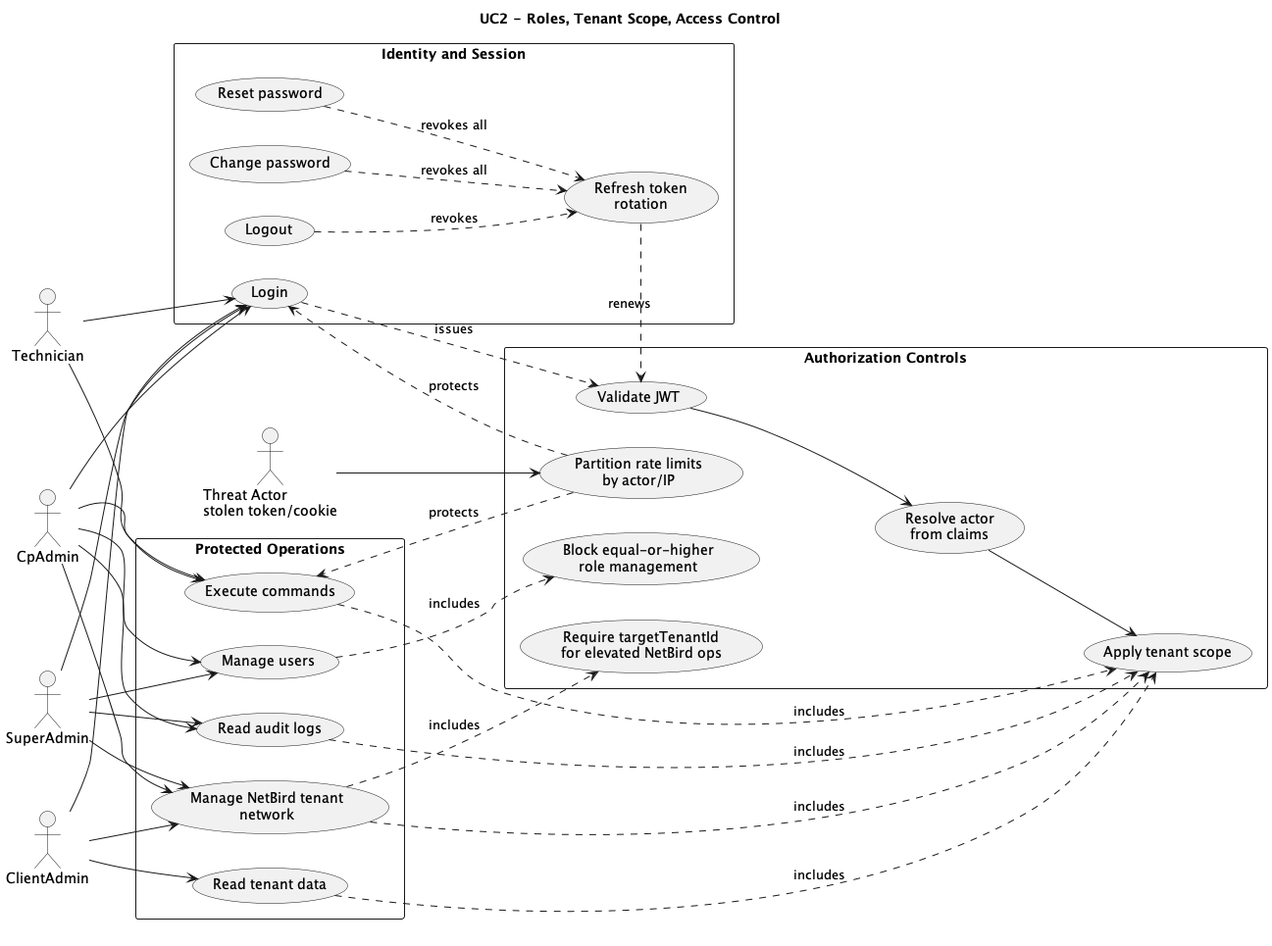
Above: diagrams/use-case/uc2-roles-and-access.png in mahir-m01/NetLock-RMM-API-Layer (PlantUML), before the change.
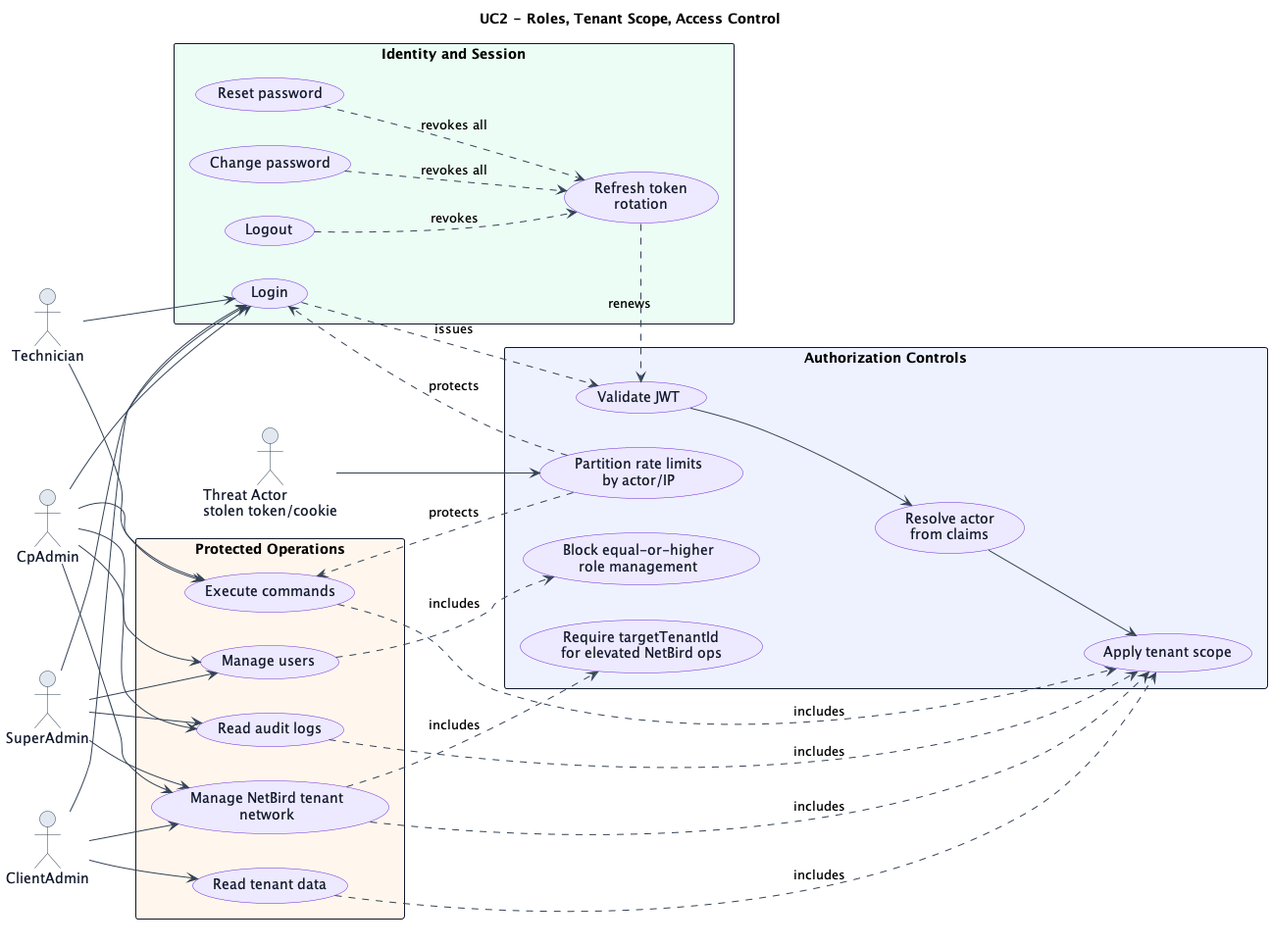
After the commit.

Diff of the diagram source:
```diff
@@ -1,10 +1,18 @@
 @startuml uc2-roles-and-access
 title UC2 - Roles, Tenant Scope, Access Control
 left to right direction
-skinparam monochrome true
 skinparam shadowing false
 skinparam backgroundColor white
 skinparam packageStyle rectangle
+skinparam ArrowColor #334155
+skinparam ActorBorderColor #334155
+skinparam ActorBackgroundColor #E2E8F0
+skinparam ActorFontColor #0F172A
+skinparam UsecaseBorderColor #6D28D9
+skinparam UsecaseBackgroundColor #EDE9FE
+skinparam UsecaseFontColor #0F172A
+skinparam RectangleBorderColor #0F172A
+skinparam RectangleBackgroundColor #F8FAFC
 
 actor "SuperAdmin" as SuperAdmin
 actor "CpAdmin" as CpAdmin
@@ -12,7 +20,7 @@
 actor "Technician" as Technician
 actor "Threat Actor\nstolen token/cookie" as Threat
 
-rectangle "Identity and Session" {
+rectangle "Identity and Session" #ECFDF5 {
   usecase "Login" as Login
   usecase "Refresh token\nrotation" as Refresh
   usecase "Logout" as Logout
@@ -20,7 +28,7 @@
   usecase "Reset password" as ResetPassword
 }
 
-rectangle "Authorization Controls" {
+rectangle "Authorization Controls" #EEF2FF {
   usecase "Validate JWT" as Jwt
   usecase "Resolve actor\nfrom claims" as Actor
   usecase "Apply tenant scope" as TenantScope
@@ -29,7 +37,7 @@
   usecase "Partition rate limits\nby actor/IP" as RateLimit
 }
 
-rectangle "Protected Operations" {
+rectangle "Protected Operations" #FFF7ED {
   usecase "Manage users" as ManageUsers
   usecase "Read tenant data" as ReadTenant
   usecase "Execute commands" as Commands
```
